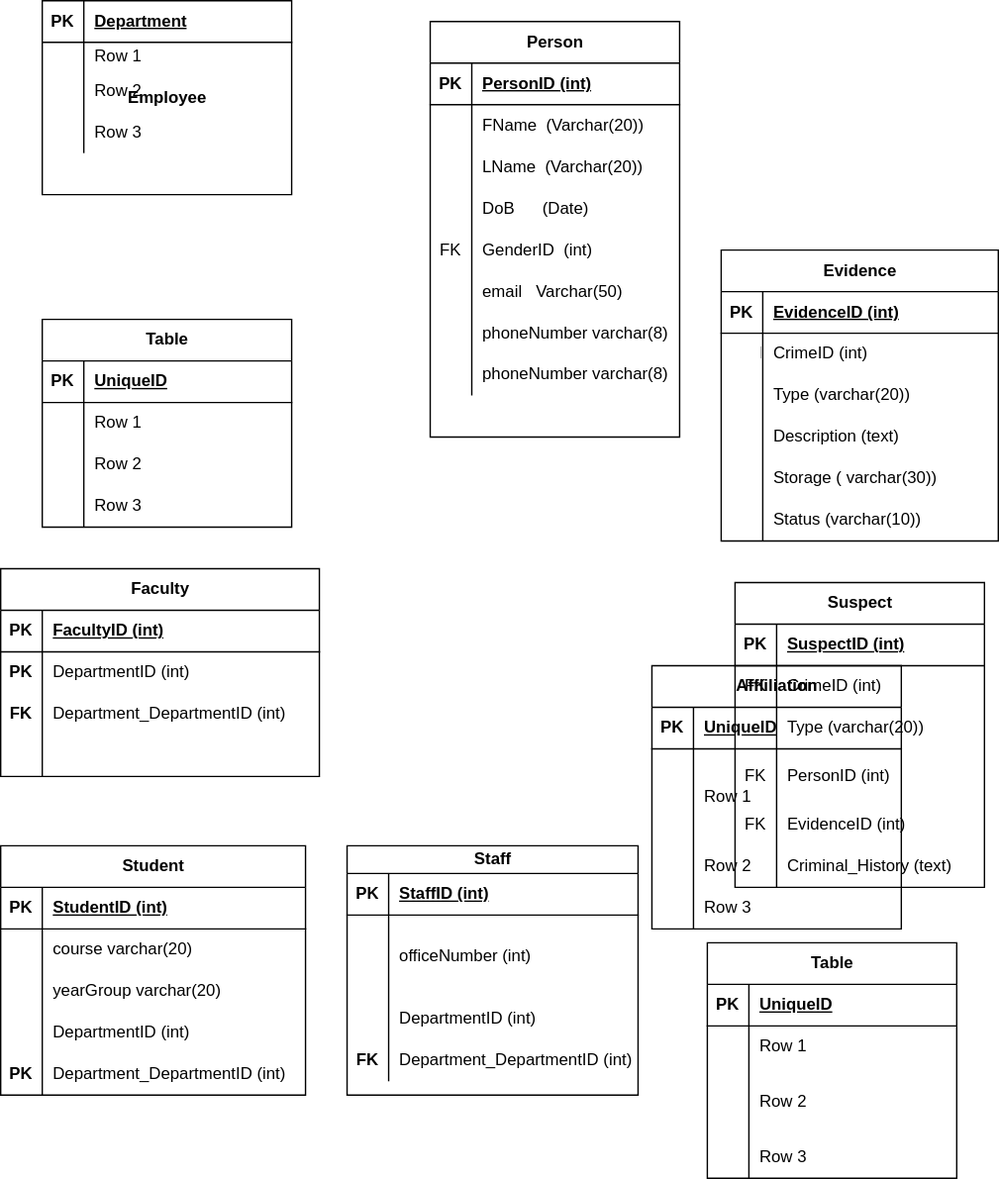
Above: Untitled Diagram.drawio.svg in Priscile2/Diagrams (draw.io), before the change. Source tidied: cells renumbered, new cells last; positions are measured from the earlier drawing's top-left corner, leaving out a move shared by most shapes.
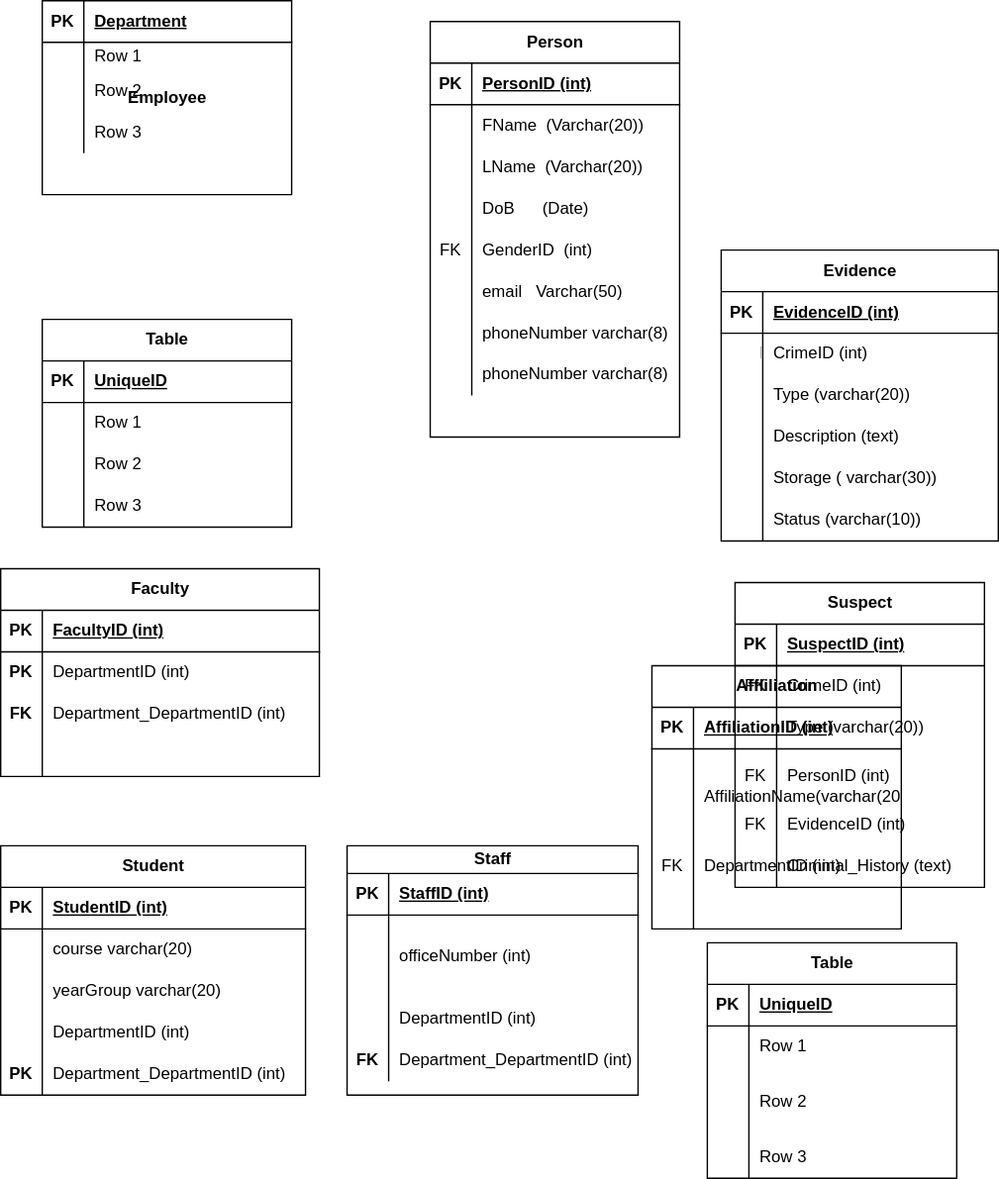
The same diagram one commit later.

Change to the diagram source:
```diff
@@ -125,7 +125,7 @@
     <mxCell id="42" value="PK" style="shape=partialRectangle;fillColor=none;top=0;left=0;bottom=0;right=0;fontStyle=1;overflow=hidden;whiteSpace=wrap;html=1;" parent="41" vertex="1">
       <mxGeometry width="30" height="30" as="geometry" />
     </mxCell>
-    <mxCell id="43" value="UniqueID" style="shape=partialRectangle;fillColor=none;top=0;left=0;bottom=0;right=0;align=left;spacingLeft=6;fontStyle=5;overflow=hidden;whiteSpace=wrap;html=1;" parent="41" vertex="1">
+    <mxCell id="43" value="AffiliationID (int)" style="shape=partialRectangle;fillColor=none;top=0;left=0;bottom=0;right=0;align=left;spacingLeft=6;fontStyle=5;overflow=hidden;whiteSpace=wrap;html=1;" parent="41" vertex="1">
       <mxGeometry x="30" width="150" height="30" as="geometry" />
     </mxCell>
     <mxCell id="44" style="shape=tableRow;horizontal=0;startSize=0;swimlaneHead=0;swimlaneBody=0;fillColor=none;top=0;left=0;right=0;bottom=0;" parent="40" vertex="1">
@@ -134,16 +134,16 @@
     <mxCell id="45" style="shape=partialRectangle;fillColor=none;top=0;left=0;bottom=0;right=0;overflow=hidden;whiteSpace=wrap;html=1;" parent="44" vertex="1">
       <mxGeometry width="30" height="70" as="geometry" />
     </mxCell>
-    <mxCell id="46" value="Row 1" style="shape=partialRectangle;fillColor=none;top=0;left=0;bottom=0;right=0;align=left;spacingLeft=6;overflow=hidden;whiteSpace=wrap;html=1;" parent="44" vertex="1">
+    <mxCell id="46" value="AffiliationName(varchar(20))" style="shape=partialRectangle;fillColor=none;top=0;left=0;bottom=0;right=0;align=left;spacingLeft=6;overflow=hidden;whiteSpace=wrap;html=1;" parent="44" vertex="1">
       <mxGeometry x="30" width="150" height="70" as="geometry" />
     </mxCell>
     <mxCell id="47" style="shape=tableRow;horizontal=0;startSize=0;swimlaneHead=0;swimlaneBody=0;fillColor=none;top=0;left=0;right=0;bottom=0;" parent="40" vertex="1">
       <mxGeometry y="130" width="180" height="30" as="geometry" />
     </mxCell>
-    <mxCell id="48" style="shape=partialRectangle;fillColor=none;top=0;left=0;bottom=0;right=0;overflow=hidden;whiteSpace=wrap;html=1;" parent="47" vertex="1">
+    <mxCell id="48" value="FK" style="shape=partialRectangle;fillColor=none;top=0;left=0;bottom=0;right=0;overflow=hidden;whiteSpace=wrap;html=1;" parent="47" vertex="1">
       <mxGeometry width="30" height="30" as="geometry" />
     </mxCell>
-    <mxCell id="49" value="Row 2" style="shape=partialRectangle;fillColor=none;top=0;left=0;bottom=0;right=0;align=left;spacingLeft=6;overflow=hidden;whiteSpace=wrap;html=1;" parent="47" vertex="1">
+    <mxCell id="49" value="DepartmentID (int)" style="shape=partialRectangle;fillColor=none;top=0;left=0;bottom=0;right=0;align=left;spacingLeft=6;overflow=hidden;whiteSpace=wrap;html=1;" parent="47" vertex="1">
       <mxGeometry x="30" width="150" height="30" as="geometry" />
     </mxCell>
     <mxCell id="50" style="shape=tableRow;horizontal=0;startSize=0;swimlaneHead=0;swimlaneBody=0;fillColor=none;top=0;left=0;right=0;bottom=0;" parent="40" vertex="1">
@@ -152,7 +152,7 @@
     <mxCell id="51" style="shape=partialRectangle;fillColor=none;top=0;left=0;bottom=0;right=0;overflow=hidden;whiteSpace=wrap;html=1;" parent="50" vertex="1">
       <mxGeometry width="30" height="30" as="geometry" />
     </mxCell>
-    <mxCell id="52" value="Row 3" style="shape=partialRectangle;fillColor=none;top=0;left=0;bottom=0;right=0;align=left;spacingLeft=6;overflow=hidden;whiteSpace=wrap;html=1;" parent="50" vertex="1">
+    <mxCell id="52" style="shape=partialRectangle;fillColor=none;top=0;left=0;bottom=0;right=0;align=left;spacingLeft=6;overflow=hidden;whiteSpace=wrap;html=1;" parent="50" vertex="1">
       <mxGeometry x="30" width="150" height="30" as="geometry" />
     </mxCell>
     <mxCell id="53" value="Table" style="shape=table;startSize=30;rowLines=0;fontStyle=1;align=center;html=1;" parent="1" vertex="1">
```
